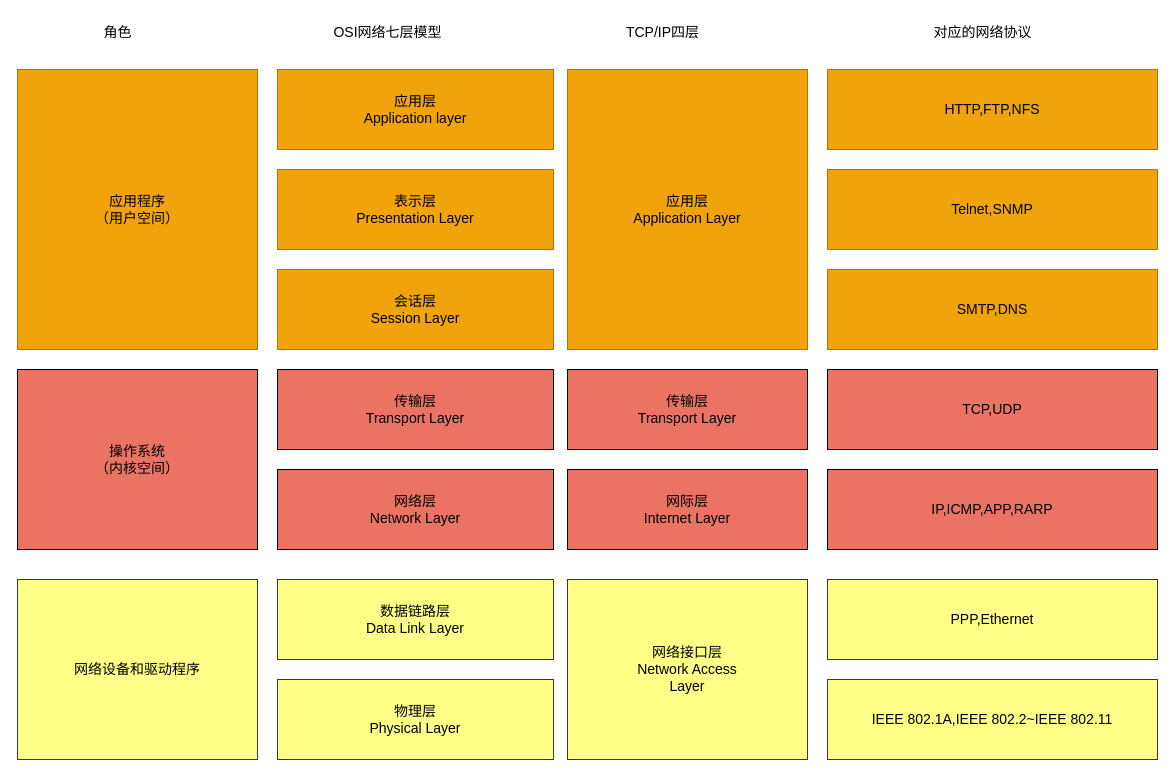
This is 网络分层模型和主要协议.drawio from ChengziMao/diagrams, a draw.io file, before an edit. Source tidied: cells renumbered, new cells numbered last; positions are measured from the earlier drawing's top-left corner, leaving out a move shared by most shapes. Both pictures are drawn from the tidied source at 100%, with x=0, y=0 at pixel (17, 17).
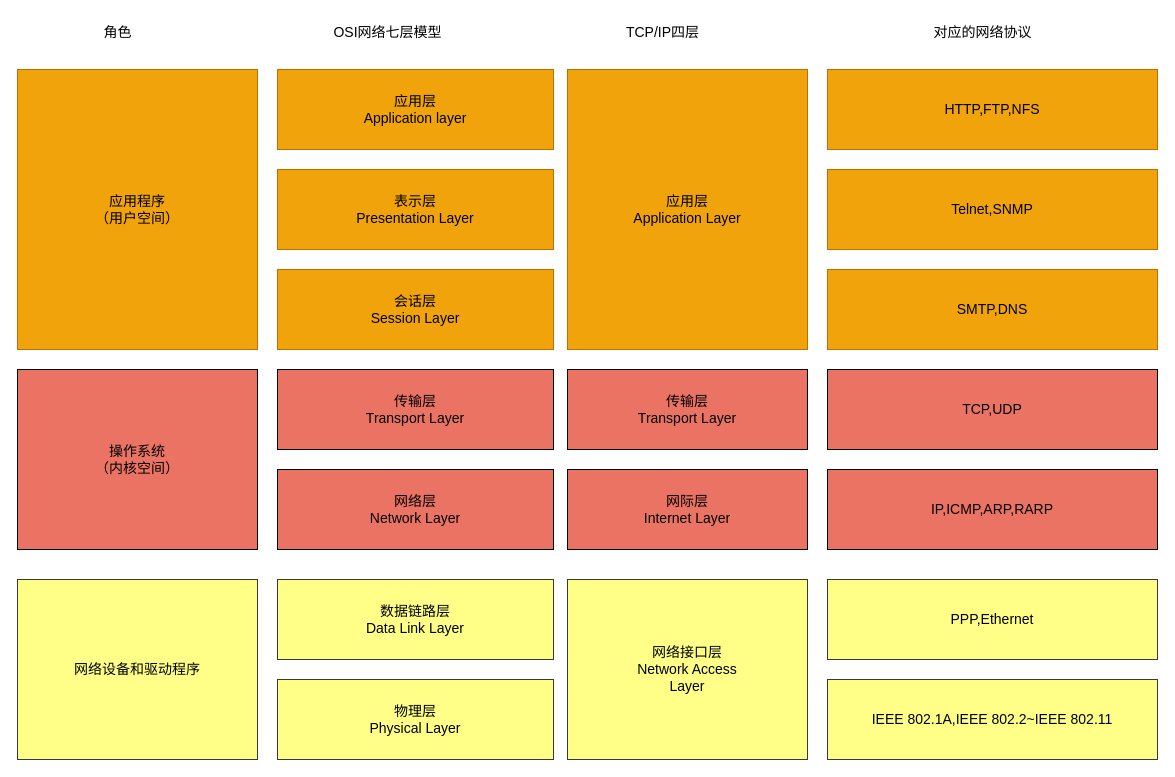
Above is the later version.

Commit message:
更新网络分层模型和主要协议.drawio

Diff of the diagram source:
```diff
@@
-    <mxCell id="16" value="&lt;font style=&quot;vertical-align: inherit;&quot; class=&quot;notranslate fyzs-translate-target fyzs-translate-target-wrapper&quot;&gt;&lt;font style=&quot;vertical-align: inherit;&quot; class=&quot;notranslate fyzs-translate-target fyzs-translate-target-box&quot;&gt;&lt;font style=&quot;vertical-align: inherit;&quot; title=&quot;I&quot; class=&quot;notranslate fyzs-translate-target fyzs-translate-target-text&quot;&gt;IP,ICMP,APP,RARP&lt;/font&gt;&lt;/font&gt;&lt;/font&gt;" style="rounded=0;whiteSpace=wrap;html=1;fontSize=14;fillColor=light-dark(#eb7363, #ededed);" parent="1" vertex="1">
+    <mxCell id="16" value="&lt;font style=&quot;vertical-align: inherit;&quot; class=&quot;notranslate fyzs-translate-target fyzs-translate-target-wrapper&quot;&gt;&lt;font style=&quot;vertical-align: inherit;&quot; class=&quot;notranslate fyzs-translate-target fyzs-translate-target-box&quot;&gt;&lt;font style=&quot;vertical-align: inherit;&quot; title=&quot;I&quot; class=&quot;notranslate fyzs-translate-target fyzs-translate-target-text&quot;&gt;IP,ICMP,ARP,RARP&lt;/font&gt;&lt;/font&gt;&lt;/font&gt;" style="rounded=0;whiteSpace=wrap;html=1;fontSize=14;fillColor=light-dark(#eb7363, #ededed);" parent="1" vertex="1">
       <mxGeometry x="810" y="452" width="330" height="80" as="geometry" />
     </mxCell>
```
